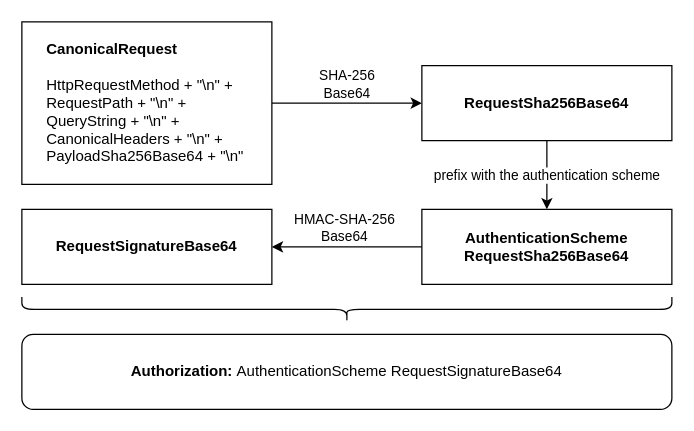
Before: src/figures/request-signature.drawio in luczsoma/msc-thesis, a draw.io diagram. Source tidied: cells renumbered, new cells numbered last; positions are measured from the earlier drawing's top-left corner, leaving out a move shared by most shapes. Both pictures are drawn from the tidied source at 125%, with x=0, y=0 at pixel (21, -16).
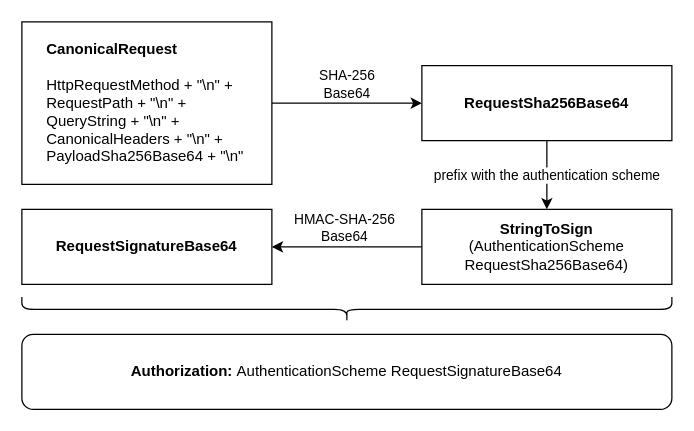
After the change.

Diff of the diagram source:
```diff
@@
 <mxGraphModel>
   <root>
     <mxCell id="0" />
     <mxCell id="1" parent="0" />
     <mxCell id="2" style="edgeStyle=orthogonalEdgeStyle;rounded=0;jettySize=auto;html=1;exitX=1;exitY=0.5;exitDx=0;exitDy=0;entryX=0;entryY=0.5;entryDx=0;entryDy=0;" parent="1" edge="1" source="4" target="6">
       <mxGeometry relative="1" as="geometry" />
     </mxCell>
     <mxCell id="3" value="SHA-256&lt;br&gt;Base64" style="edgeLabel;html=1;align=center;verticalAlign=middle;" parent="2" vertex="1">
       <mxGeometry x="-0.02" y="2" relative="1" as="geometry">
         <mxPoint y="-14" as="offset" />
       </mxGeometry>
     </mxCell>
     <mxCell id="4" value="&lt;span style=&quot;line-height: 100%&quot;&gt;&lt;font face=&quot;Helvetica&quot;&gt;&lt;b&gt;CanonicalRequest&lt;br&gt;&lt;/b&gt;&lt;br&gt;&lt;/font&gt;&lt;span style=&quot;font-family: &amp;#34;helvetica&amp;#34;&quot;&gt;HttpRequestMethod + &quot;\n&quot; +&lt;/span&gt;&lt;font face=&quot;Helvetica&quot;&gt;&lt;br&gt;&lt;/font&gt;&lt;span style=&quot;font-family: &amp;#34;helvetica&amp;#34;&quot;&gt;RequestPath + &quot;\n&quot; +&lt;/span&gt;&lt;font face=&quot;Helvetica&quot;&gt;&lt;br&gt;&lt;/font&gt;&lt;span style=&quot;font-family: &amp;#34;helvetica&amp;#34;&quot;&gt;QueryString + &quot;\n&quot; +&lt;/span&gt;&lt;font face=&quot;Helvetica&quot;&gt;&lt;br&gt;&lt;/font&gt;&lt;span style=&quot;font-family: &amp;#34;helvetica&amp;#34;&quot;&gt;CanonicalHeaders + &quot;\n&quot; +&lt;/span&gt;&lt;font face=&quot;Helvetica&quot;&gt;&lt;br&gt;&lt;/font&gt;&lt;span style=&quot;font-family: &amp;#34;helvetica&amp;#34;&quot;&gt;PayloadSha256Base64 + &quot;\n&quot;&lt;/span&gt;&lt;font face=&quot;Helvetica&quot;&gt;&lt;br&gt;&lt;/font&gt;&lt;font face=&quot;Helvetica&quot;&gt;&lt;/font&gt;&lt;/span&gt;" style="rounded=0;whiteSpace=wrap;html=1;align=left;fontFamily=Mrecord;perimeterSpacing=0;spacingLeft=10;spacing=10;spacingTop=0;" parent="1" vertex="1">
       <mxGeometry y="30" width="200" height="130" as="geometry" />
     </mxCell>
     <mxCell id="5" value="prefix with the authentication scheme" style="edgeStyle=orthogonalEdgeStyle;rounded=0;jettySize=auto;html=1;exitX=0.5;exitY=1;exitDx=0;exitDy=0;entryX=0.5;entryY=0;entryDx=0;entryDy=0;" parent="1" edge="1" source="6" target="9">
       <mxGeometry relative="1" as="geometry" />
     </mxCell>
     <mxCell id="6" value="&lt;b&gt;RequestSha256Base64&lt;/b&gt;" style="rounded=0;whiteSpace=wrap;html=1;" parent="1" vertex="1">
       <mxGeometry x="320" y="65" width="200" height="60" as="geometry" />
     </mxCell>
     <mxCell id="7" style="edgeStyle=orthogonalEdgeStyle;rounded=0;jettySize=auto;html=1;exitX=0;exitY=0.5;exitDx=0;exitDy=0;" parent="1" edge="1" source="9" target="10">
       <mxGeometry relative="1" as="geometry" />
     </mxCell>
     <mxCell id="8" value="HMAC-SHA-256&lt;br&gt;Base64" style="edgeLabel;html=1;align=center;verticalAlign=middle;" parent="7" vertex="1">
       <mxGeometry x="0.05" y="-1" relative="1" as="geometry">
         <mxPoint y="-15" as="offset" />
       </mxGeometry>
     </mxCell>
-    <mxCell id="9" value="&lt;b&gt;AuthenticationScheme RequestSha256Base64&lt;/b&gt;" style="rounded=0;whiteSpace=wrap;html=1;" parent="1" vertex="1">
+    <mxCell id="9" value="&lt;b&gt;StringToSign&lt;/b&gt;&lt;br&gt;(AuthenticationScheme RequestSha256Base64)" style="rounded=0;whiteSpace=wrap;html=1;" parent="1" vertex="1">
       <mxGeometry x="320" y="180" width="200" height="60" as="geometry" />
     </mxCell>
     <mxCell id="10" value="&lt;b&gt;RequestSignatureBase64&lt;/b&gt;" style="rounded=0;whiteSpace=wrap;html=1;" parent="1" vertex="1">
       <mxGeometry y="180" width="200" height="60" as="geometry" />
     </mxCell>
     <mxCell id="11" style="shape=curlyBracket;whiteSpace=wrap;html=1;rounded=1;fillColor=#FFFFFF;align=left;rotation=-90;" parent="1" vertex="1">
       <mxGeometry x="250" width="20" height="520" as="geometry" />
     </mxCell>
     <mxCell id="12" value="&lt;b&gt;Authorization: &lt;/b&gt;AuthenticationScheme RequestSignatureBase64" style="rounded=1;whiteSpace=wrap;html=1;align=center;" parent="1" vertex="1">
       <mxGeometry y="280" width="520" height="60" as="geometry" />
     </mxCell>
   </root>
 </mxGraphModel>
```
